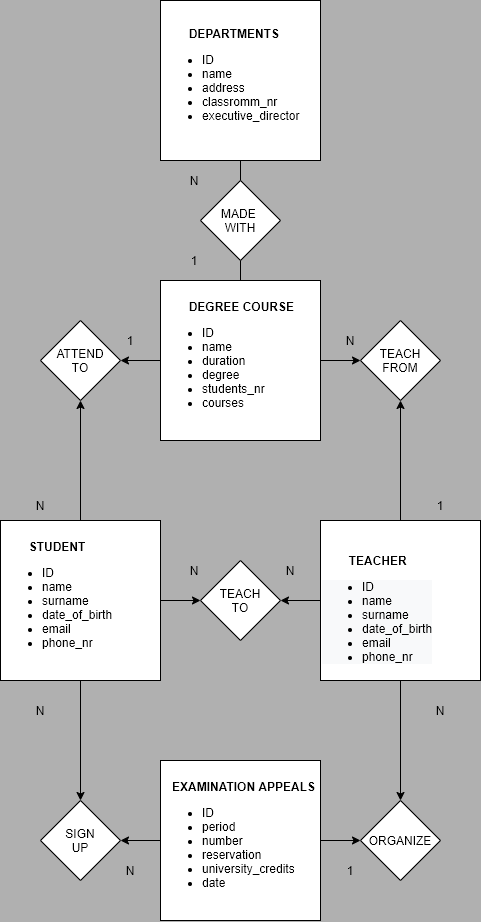
Before: db_university.png, a diagram exported from draw.io (TheSmallWorld95/db-university). Source tidied: cells renumbered, new cells last; positions are measured from the earlier drawing's top-left corner, leaving out a move shared by most shapes.
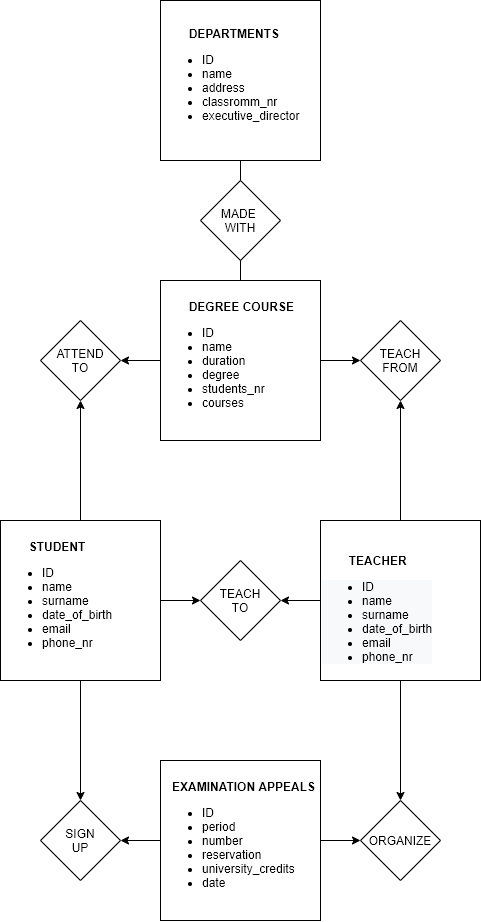
After the change.

The edit, as a diff of the source:
```diff
@@ -1,83 +1,83 @@
-<mxGraphModel background="#B0B0B0">
+<mxGraphModel>
   <root>
     <mxCell id="0" />
     <mxCell id="1" parent="0" />
-    <mxCell id="2" style="edgeStyle=none;rounded=0;jettySize=auto;html=1;" parent="1" edge="1" source="3">
+    <mxCell id="2" style="edgeStyle=none;jettySize=auto;html=1;" parent="1" edge="1" source="3">
       <mxGeometry relative="1" as="geometry">
         <mxPoint x="240" y="200" as="targetPoint" />
       </mxGeometry>
     </mxCell>
-    <mxCell id="3" value="&lt;div&gt;&lt;span&gt;&amp;nbsp; &amp;nbsp; &amp;nbsp; &amp;nbsp; DEPARTMENTS&lt;/span&gt;&lt;/div&gt;&lt;ul&gt;&lt;li&gt;ID&lt;/li&gt;&lt;li&gt;name&lt;/li&gt;&lt;li&gt;address&lt;/li&gt;&lt;li&gt;classromm_nr&lt;/li&gt;&lt;li&gt;executive_director&lt;/li&gt;&lt;/ul&gt;" style="rounded=0;whiteSpace=wrap;html=1;align=left;labelPosition=center;verticalLabelPosition=middle;verticalAlign=middle;spacingTop=0;spacingLeft=0;" parent="1" vertex="1">
+    <mxCell id="3" value="&lt;div&gt;&lt;span&gt;&amp;nbsp; &amp;nbsp; &amp;nbsp; &amp;nbsp; DEPARTMENTS&lt;/span&gt;&lt;/div&gt;&lt;ul&gt;&lt;li&gt;ID&lt;/li&gt;&lt;li&gt;name&lt;/li&gt;&lt;li&gt;address&lt;/li&gt;&lt;li&gt;classromm_nr&lt;/li&gt;&lt;li&gt;executive_director&lt;/li&gt;&lt;/ul&gt;" style="whiteSpace=wrap;html=1;align=left;labelPosition=center;verticalLabelPosition=middle;verticalAlign=middle;spacingTop=0;spacingLeft=0;" parent="1" vertex="1">
       <mxGeometry x="160" width="160" height="160" as="geometry" />
     </mxCell>
-    <mxCell id="4" style="edgeStyle=none;rounded=0;jettySize=auto;html=1;" parent="1" edge="1" source="7">
+    <mxCell id="4" style="edgeStyle=none;jettySize=auto;html=1;" parent="1" edge="1" source="7">
       <mxGeometry relative="1" as="geometry">
         <mxPoint x="240" y="240" as="targetPoint" />
       </mxGeometry>
     </mxCell>
-    <mxCell id="5" style="edgeStyle=none;rounded=0;jettySize=auto;html=1;" parent="1" edge="1" source="7">
+    <mxCell id="5" style="edgeStyle=none;jettySize=auto;html=1;" parent="1" edge="1" source="7">
       <mxGeometry relative="1" as="geometry">
         <mxPoint x="120" y="360" as="targetPoint" />
       </mxGeometry>
     </mxCell>
-    <mxCell id="6" style="edgeStyle=none;rounded=0;jettySize=auto;html=1;" parent="1" edge="1" source="7" target="23">
+    <mxCell id="6" style="edgeStyle=none;jettySize=auto;html=1;" parent="1" edge="1" source="7" target="23">
       <mxGeometry relative="1" as="geometry" />
     </mxCell>
-    <mxCell id="7" value="&lt;b&gt;&amp;nbsp; &amp;nbsp; &amp;nbsp; &amp;nbsp; DEGREE COURSE&lt;br&gt;&lt;/b&gt;&lt;ul&gt;&lt;li&gt;ID&lt;/li&gt;&lt;li&gt;name&lt;/li&gt;&lt;li&gt;duration&lt;/li&gt;&lt;li&gt;degree&lt;/li&gt;&lt;li&gt;students_nr&lt;/li&gt;&lt;li&gt;courses&lt;/li&gt;&lt;/ul&gt;" style="rounded=0;whiteSpace=wrap;html=1;align=left;" parent="1" vertex="1">
+    <mxCell id="7" value="&lt;b&gt;&amp;nbsp; &amp;nbsp; &amp;nbsp; &amp;nbsp; DEGREE COURSE&lt;br&gt;&lt;/b&gt;&lt;ul&gt;&lt;li&gt;ID&lt;/li&gt;&lt;li&gt;name&lt;/li&gt;&lt;li&gt;duration&lt;/li&gt;&lt;li&gt;degree&lt;/li&gt;&lt;li&gt;students_nr&lt;/li&gt;&lt;li&gt;courses&lt;/li&gt;&lt;/ul&gt;" style="whiteSpace=wrap;html=1;align=left;" parent="1" vertex="1">
       <mxGeometry x="160" y="280" width="160" height="160" as="geometry" />
     </mxCell>
-    <mxCell id="8" style="edgeStyle=none;rounded=0;jettySize=auto;html=1;" parent="1" edge="1" source="11">
+    <mxCell id="8" style="edgeStyle=none;jettySize=auto;html=1;" parent="1" edge="1" source="11">
       <mxGeometry relative="1" as="geometry">
         <mxPoint x="400" y="400" as="targetPoint" />
       </mxGeometry>
     </mxCell>
-    <mxCell id="9" style="edgeStyle=none;rounded=0;jettySize=auto;html=1;entryX=1;entryY=0.5;entryDx=0;entryDy=0;" parent="1" edge="1" source="11" target="25">
+    <mxCell id="9" style="edgeStyle=none;jettySize=auto;html=1;entryX=1;entryY=0.5;entryDx=0;entryDy=0;" parent="1" edge="1" source="11" target="25">
       <mxGeometry relative="1" as="geometry" />
     </mxCell>
-    <mxCell id="10" style="edgeStyle=none;rounded=0;jettySize=auto;html=1;" parent="1" edge="1" source="11">
+    <mxCell id="10" style="edgeStyle=none;jettySize=auto;html=1;" parent="1" edge="1" source="11">
       <mxGeometry relative="1" as="geometry">
         <mxPoint x="400" y="800" as="targetPoint" />
       </mxGeometry>
     </mxCell>
-    <mxCell id="11" value="&lt;br&gt;&lt;br&gt;&lt;b&gt;&lt;font face=&quot;helvetica&quot;&gt;&amp;nbsp; &amp;nbsp; &amp;nbsp; &amp;nbsp; TEACHER&lt;/font&gt;&lt;br style=&quot;color: rgb(0 , 0 , 0) ; font-family: &amp;#34;helvetica&amp;#34; ; font-size: 12px ; font-style: normal ; letter-spacing: normal ; text-indent: 0px ; text-transform: none ; word-spacing: 0px ; background-color: rgb(248 , 249 , 250)&quot;&gt;&lt;/b&gt;&lt;ul style=&quot;color: rgb(0 , 0 , 0) ; font-family: &amp;#34;helvetica&amp;#34; ; font-size: 12px ; font-style: normal ; letter-spacing: normal ; text-indent: 0px ; text-transform: none ; word-spacing: 0px ; background-color: rgb(248 , 249 , 250)&quot;&gt;&lt;li&gt;ID&lt;/li&gt;&lt;li style=&quot;font-weight: 400&quot;&gt;name&lt;/li&gt;&lt;li style=&quot;font-weight: 400&quot;&gt;surname&lt;/li&gt;&lt;li style=&quot;font-weight: 400&quot;&gt;date_of_birth&lt;/li&gt;&lt;li style=&quot;font-weight: 400&quot;&gt;email&lt;/li&gt;&lt;li style=&quot;font-weight: 400&quot;&gt;phone_nr&lt;/li&gt;&lt;/ul&gt;" style="rounded=0;whiteSpace=wrap;html=1;align=left;" parent="1" vertex="1">
+    <mxCell id="11" value="&lt;br&gt;&lt;br&gt;&lt;b&gt;&lt;font face=&quot;helvetica&quot;&gt;&amp;nbsp; &amp;nbsp; &amp;nbsp; &amp;nbsp; TEACHER&lt;/font&gt;&lt;br style=&quot;color: rgb(0 , 0 , 0) ; font-family: &amp;#34;helvetica&amp;#34; ; font-size: 12px ; font-style: normal ; letter-spacing: normal ; text-indent: 0px ; text-transform: none ; word-spacing: 0px ; background-color: rgb(248 , 249 , 250)&quot;&gt;&lt;/b&gt;&lt;ul style=&quot;color: rgb(0 , 0 , 0) ; font-family: &amp;#34;helvetica&amp;#34; ; font-size: 12px ; font-style: normal ; letter-spacing: normal ; text-indent: 0px ; text-transform: none ; word-spacing: 0px ; background-color: rgb(248 , 249 , 250)&quot;&gt;&lt;li&gt;ID&lt;/li&gt;&lt;li style=&quot;font-weight: 400&quot;&gt;name&lt;/li&gt;&lt;li style=&quot;font-weight: 400&quot;&gt;surname&lt;/li&gt;&lt;li style=&quot;font-weight: 400&quot;&gt;date_of_birth&lt;/li&gt;&lt;li style=&quot;font-weight: 400&quot;&gt;email&lt;/li&gt;&lt;li style=&quot;font-weight: 400&quot;&gt;phone_nr&lt;/li&gt;&lt;/ul&gt;" style="whiteSpace=wrap;html=1;align=left;" parent="1" vertex="1">
       <mxGeometry x="320" y="520" width="160" height="160" as="geometry" />
     </mxCell>
-    <mxCell id="12" style="edgeStyle=none;rounded=0;jettySize=auto;html=1;exitX=0.5;exitY=0;exitDx=0;exitDy=0;" parent="1" edge="1" source="16">
+    <mxCell id="12" style="edgeStyle=none;jettySize=auto;html=1;exitX=0.5;exitY=0;exitDx=0;exitDy=0;" parent="1" edge="1" source="16">
       <mxGeometry relative="1" as="geometry">
         <mxPoint x="80" y="400" as="targetPoint" />
       </mxGeometry>
     </mxCell>
-    <mxCell id="13" style="edgeStyle=none;rounded=0;jettySize=auto;html=1;" parent="1" edge="1" source="16">
+    <mxCell id="13" style="edgeStyle=none;jettySize=auto;html=1;" parent="1" edge="1" source="16">
       <mxGeometry relative="1" as="geometry">
         <mxPoint x="80" y="520" as="targetPoint" />
       </mxGeometry>
     </mxCell>
-    <mxCell id="14" style="edgeStyle=none;rounded=0;jettySize=auto;html=1;entryX=0;entryY=0.5;entryDx=0;entryDy=0;" parent="1" edge="1" source="16" target="25">
+    <mxCell id="14" style="edgeStyle=none;jettySize=auto;html=1;entryX=0;entryY=0.5;entryDx=0;entryDy=0;" parent="1" edge="1" source="16" target="25">
       <mxGeometry relative="1" as="geometry" />
     </mxCell>
-    <mxCell id="15" style="edgeStyle=none;rounded=0;jettySize=auto;html=1;" parent="1" edge="1" source="16">
+    <mxCell id="15" style="edgeStyle=none;jettySize=auto;html=1;" parent="1" edge="1" source="16">
       <mxGeometry relative="1" as="geometry">
         <mxPoint x="80" y="800" as="targetPoint" />
       </mxGeometry>
     </mxCell>
-    <mxCell id="16" value="&lt;b&gt;&amp;nbsp; &amp;nbsp; &amp;nbsp; &amp;nbsp; STUDENT&lt;br&gt;&lt;/b&gt;&lt;ul&gt;&lt;li&gt;ID&lt;/li&gt;&lt;li&gt;name&lt;/li&gt;&lt;li&gt;surname&lt;/li&gt;&lt;li&gt;date_of_birth&lt;/li&gt;&lt;li&gt;email&lt;/li&gt;&lt;li&gt;phone_nr&lt;/li&gt;&lt;/ul&gt;" style="rounded=0;whiteSpace=wrap;html=1;align=left;" parent="1" vertex="1">
+    <mxCell id="16" value="&lt;b&gt;&amp;nbsp; &amp;nbsp; &amp;nbsp; &amp;nbsp; STUDENT&lt;br&gt;&lt;/b&gt;&lt;ul&gt;&lt;li&gt;ID&lt;/li&gt;&lt;li&gt;name&lt;/li&gt;&lt;li&gt;surname&lt;/li&gt;&lt;li&gt;date_of_birth&lt;/li&gt;&lt;li&gt;email&lt;/li&gt;&lt;li&gt;phone_nr&lt;/li&gt;&lt;/ul&gt;" style="whiteSpace=wrap;html=1;align=left;" parent="1" vertex="1">
       <mxGeometry y="520" width="160" height="160" as="geometry" />
     </mxCell>
-    <mxCell id="17" style="edgeStyle=none;rounded=0;jettySize=auto;html=1;" parent="1" edge="1" source="19">
+    <mxCell id="17" style="edgeStyle=none;jettySize=auto;html=1;" parent="1" edge="1" source="19">
       <mxGeometry relative="1" as="geometry">
         <mxPoint x="360" y="840" as="targetPoint" />
       </mxGeometry>
     </mxCell>
-    <mxCell id="18" style="edgeStyle=none;rounded=0;jettySize=auto;html=1;" parent="1" edge="1" source="19" target="26">
+    <mxCell id="18" style="edgeStyle=none;jettySize=auto;html=1;" parent="1" edge="1" source="19" target="26">
       <mxGeometry relative="1" as="geometry" />
     </mxCell>
-    <mxCell id="19" value="&lt;div style=&quot;text-align: center&quot;&gt;&lt;span&gt;&lt;b&gt;&amp;nbsp; &amp;nbsp;EXAMINATION APPEALS&lt;/b&gt;&lt;/span&gt;&lt;/div&gt;&lt;ul&gt;&lt;li&gt;ID&lt;/li&gt;&lt;li&gt;period&lt;/li&gt;&lt;li&gt;number&lt;/li&gt;&lt;li&gt;reservation&lt;/li&gt;&lt;li&gt;university_credits&lt;/li&gt;&lt;li&gt;date&lt;/li&gt;&lt;/ul&gt;" style="rounded=0;whiteSpace=wrap;html=1;align=left;" parent="1" vertex="1">
+    <mxCell id="19" value="&lt;div style=&quot;text-align: center&quot;&gt;&lt;span&gt;&lt;b&gt;&amp;nbsp; &amp;nbsp;EXAMINATION APPEALS&lt;/b&gt;&lt;/span&gt;&lt;/div&gt;&lt;ul&gt;&lt;li&gt;ID&lt;/li&gt;&lt;li&gt;period&lt;/li&gt;&lt;li&gt;number&lt;/li&gt;&lt;li&gt;reservation&lt;/li&gt;&lt;li&gt;university_credits&lt;/li&gt;&lt;li&gt;date&lt;/li&gt;&lt;/ul&gt;" style="whiteSpace=wrap;html=1;align=left;" parent="1" vertex="1">
       <mxGeometry x="160" y="760" width="160" height="160" as="geometry" />
     </mxCell>
-    <mxCell id="20" style="edgeStyle=none;rounded=0;orthogonalLoop=1;jettySize=auto;html=1;entryX=0.5;entryY=1;entryDx=0;entryDy=0;" parent="1" edge="1" source="3" target="3">
+    <mxCell id="20" style="edgeStyle=none;orthogonalLoop=1;jettySize=auto;html=1;entryX=0.5;entryY=1;entryDx=0;entryDy=0;" parent="1" edge="1" source="3" target="3">
       <mxGeometry relative="1" as="geometry" />
     </mxCell>
-    <mxCell id="21" style="edgeStyle=none;rounded=0;orthogonalLoop=1;jettySize=auto;html=1;entryX=0.5;entryY=1;entryDx=0;entryDy=0;" parent="1" edge="1" source="3" target="3">
+    <mxCell id="21" style="edgeStyle=none;orthogonalLoop=1;jettySize=auto;html=1;entryX=0.5;entryY=1;entryDx=0;entryDy=0;" parent="1" edge="1" source="3" target="3">
       <mxGeometry relative="1" as="geometry" />
     </mxCell>
     <mxCell id="22" value="MADE &lt;br&gt;WITH" style="rhombus;whiteSpace=wrap;html=1;align=center;" parent="1" vertex="1">
@@ -98,43 +98,43 @@
     <mxCell id="27" value="ORGANIZE" style="rhombus;whiteSpace=wrap;html=1;align=center;" parent="1" vertex="1">
       <mxGeometry x="360" y="800" width="80" height="80" as="geometry" />
     </mxCell>
-    <mxCell id="28" value="1" style="text;html=1;strokeColor=none;fillColor=none;align=center;verticalAlign=middle;whiteSpace=wrap;rounded=0;" parent="1" vertex="1">
+    <mxCell id="28" value="1" style="text;html=1;strokeColor=none;fillColor=none;align=center;verticalAlign=middle;whiteSpace=wrap;fontSize=14;fontColor=#FFFFFF;" parent="1" vertex="1">
       <mxGeometry x="174" y="250" width="40" height="20" as="geometry" />
     </mxCell>
-    <mxCell id="29" value="&lt;div&gt;&amp;nbsp; &amp;nbsp; &amp;nbsp; &amp;nbsp; &lt;b&gt;DEPARTMENTS&lt;/b&gt;&lt;/div&gt;&lt;ul&gt;&lt;li&gt;ID&lt;/li&gt;&lt;li&gt;name&lt;/li&gt;&lt;li&gt;address&lt;/li&gt;&lt;li&gt;classromm_nr&lt;/li&gt;&lt;li&gt;executive_director&lt;/li&gt;&lt;/ul&gt;" style="rounded=0;whiteSpace=wrap;html=1;align=left;labelPosition=center;verticalLabelPosition=middle;verticalAlign=middle;spacingTop=0;spacingLeft=0;" parent="1" vertex="1">
+    <mxCell id="29" value="&lt;div&gt;&amp;nbsp; &amp;nbsp; &amp;nbsp; &amp;nbsp; &lt;b&gt;DEPARTMENTS&lt;/b&gt;&lt;/div&gt;&lt;ul&gt;&lt;li&gt;ID&lt;/li&gt;&lt;li&gt;name&lt;/li&gt;&lt;li&gt;address&lt;/li&gt;&lt;li&gt;classromm_nr&lt;/li&gt;&lt;li&gt;executive_director&lt;/li&gt;&lt;/ul&gt;" style="whiteSpace=wrap;html=1;align=left;labelPosition=center;verticalLabelPosition=middle;verticalAlign=middle;spacingTop=0;spacingLeft=0;" parent="1" vertex="1">
       <mxGeometry x="160" width="160" height="160" as="geometry" />
     </mxCell>
-    <mxCell id="30" value="N" style="text;html=1;strokeColor=none;fillColor=none;align=center;verticalAlign=middle;whiteSpace=wrap;rounded=0;" parent="1" vertex="1">
+    <mxCell id="30" value="N" style="text;html=1;strokeColor=none;fillColor=none;align=center;verticalAlign=middle;whiteSpace=wrap;fontSize=14;fontColor=#FFFFFF;" parent="1" vertex="1">
       <mxGeometry x="174" y="170" width="40" height="20" as="geometry" />
     </mxCell>
-    <mxCell id="31" value="1" style="text;html=1;strokeColor=none;fillColor=none;align=center;verticalAlign=middle;whiteSpace=wrap;rounded=0;" parent="1" vertex="1">
+    <mxCell id="31" value="1" style="text;html=1;strokeColor=none;fillColor=none;align=center;verticalAlign=middle;whiteSpace=wrap;fontSize=14;fontColor=#FFFFFF;" parent="1" vertex="1">
       <mxGeometry x="420" y="495" width="40" height="20" as="geometry" />
     </mxCell>
-    <mxCell id="32" value="1" style="text;html=1;strokeColor=none;fillColor=none;align=center;verticalAlign=middle;whiteSpace=wrap;rounded=0;" parent="1" vertex="1">
+    <mxCell id="32" value="1" style="text;html=1;strokeColor=none;fillColor=none;align=center;verticalAlign=middle;whiteSpace=wrap;fontSize=14;fontColor=#FFFFFF;" parent="1" vertex="1">
       <mxGeometry x="110" y="330" width="40" height="20" as="geometry" />
     </mxCell>
-    <mxCell id="33" value="N" style="text;html=1;strokeColor=none;fillColor=none;align=center;verticalAlign=middle;whiteSpace=wrap;rounded=0;" parent="1" vertex="1">
+    <mxCell id="33" value="N" style="text;html=1;strokeColor=none;fillColor=none;align=center;verticalAlign=middle;whiteSpace=wrap;fontSize=14;fontColor=#FFFFFF;" parent="1" vertex="1">
       <mxGeometry x="20" y="495" width="40" height="20" as="geometry" />
     </mxCell>
-    <mxCell id="34" value="N" style="text;html=1;strokeColor=none;fillColor=none;align=center;verticalAlign=middle;whiteSpace=wrap;rounded=0;" parent="1" vertex="1">
+    <mxCell id="34" value="N" style="text;html=1;strokeColor=none;fillColor=none;align=center;verticalAlign=middle;whiteSpace=wrap;fontSize=14;fontColor=#FFFFFF;" parent="1" vertex="1">
       <mxGeometry x="330" y="330" width="40" height="20" as="geometry" />
     </mxCell>
-    <mxCell id="35" value="N" style="text;html=1;strokeColor=none;fillColor=none;align=center;verticalAlign=middle;whiteSpace=wrap;rounded=0;" parent="1" vertex="1">
+    <mxCell id="35" value="N" style="text;html=1;strokeColor=none;fillColor=none;align=center;verticalAlign=middle;whiteSpace=wrap;fontSize=14;fontColor=#FFFFFF;" parent="1" vertex="1">
       <mxGeometry x="174" y="560" width="40" height="20" as="geometry" />
     </mxCell>
-    <mxCell id="36" value="N" style="text;html=1;strokeColor=none;fillColor=none;align=center;verticalAlign=middle;whiteSpace=wrap;rounded=0;" parent="1" vertex="1">
+    <mxCell id="36" value="N" style="text;html=1;strokeColor=none;fillColor=none;align=center;verticalAlign=middle;whiteSpace=wrap;fontSize=14;fontColor=#FFFFFF;" parent="1" vertex="1">
       <mxGeometry x="270" y="560" width="40" height="20" as="geometry" />
     </mxCell>
-    <mxCell id="37" value="N" style="text;html=1;strokeColor=none;fillColor=none;align=center;verticalAlign=middle;whiteSpace=wrap;rounded=0;" parent="1" vertex="1">
+    <mxCell id="37" value="N" style="text;html=1;strokeColor=none;fillColor=none;align=center;verticalAlign=middle;whiteSpace=wrap;fontSize=14;fontColor=#FFFFFF;" parent="1" vertex="1">
       <mxGeometry x="110" y="860" width="40" height="20" as="geometry" />
     </mxCell>
-    <mxCell id="38" value="N" style="text;html=1;strokeColor=none;fillColor=none;align=center;verticalAlign=middle;whiteSpace=wrap;rounded=0;" parent="1" vertex="1">
+    <mxCell id="38" value="N" style="text;html=1;strokeColor=none;fillColor=none;align=center;verticalAlign=middle;whiteSpace=wrap;fontSize=14;fontColor=#FFFFFF;" parent="1" vertex="1">
       <mxGeometry x="20" y="700" width="40" height="20" as="geometry" />
     </mxCell>
-    <mxCell id="39" value="N" style="text;html=1;strokeColor=none;fillColor=none;align=center;verticalAlign=middle;whiteSpace=wrap;rounded=0;" parent="1" vertex="1">
+    <mxCell id="39" value="N" style="text;html=1;strokeColor=none;fillColor=none;align=center;verticalAlign=middle;whiteSpace=wrap;fontSize=14;fontColor=#FFFFFF;" parent="1" vertex="1">
       <mxGeometry x="420" y="700" width="40" height="20" as="geometry" />
     </mxCell>
-    <mxCell id="40" value="1" style="text;html=1;strokeColor=none;fillColor=none;align=center;verticalAlign=middle;whiteSpace=wrap;rounded=0;" parent="1" vertex="1">
+    <mxCell id="40" value="1" style="text;html=1;strokeColor=none;fillColor=none;align=center;verticalAlign=middle;whiteSpace=wrap;fontSize=14;fontColor=#FFFFFF;" parent="1" vertex="1">
       <mxGeometry x="330" y="860" width="40" height="20" as="geometry" />
     </mxCell>
   </root>
```
